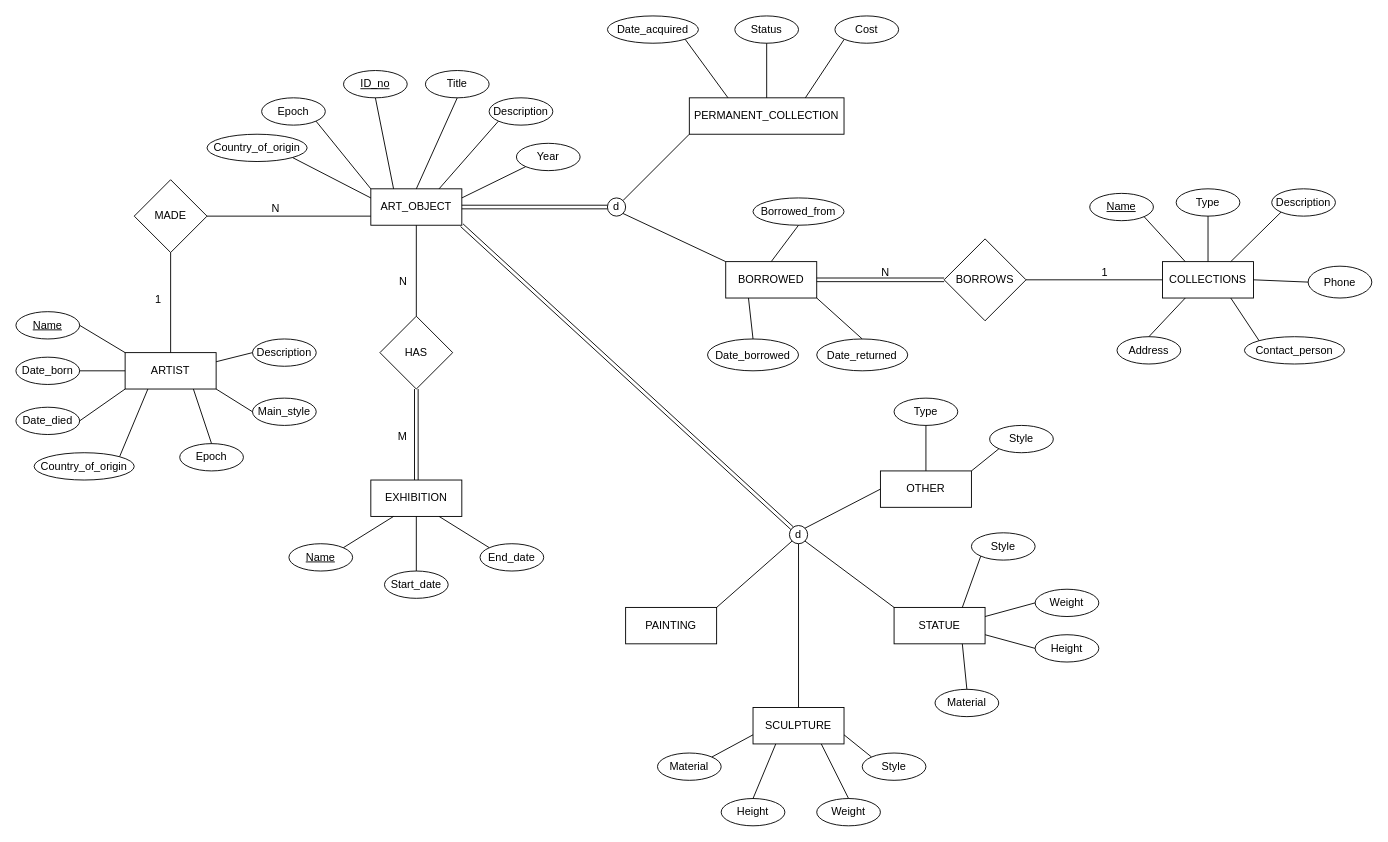
Earlier version of the draw.io diagram Database_Design_Folder/Brandon EER.drawio (Maan-Khedr-ENSF-300/museum-project-wannabyte). Source tidied: cells renumbered, new cells numbered last; positions are measured from the earlier drawing's top-left corner, leaving out a move shared by most shapes. Both pictures are drawn from the tidied source at 91%, with x=0, y=0 at pixel (15, 15).
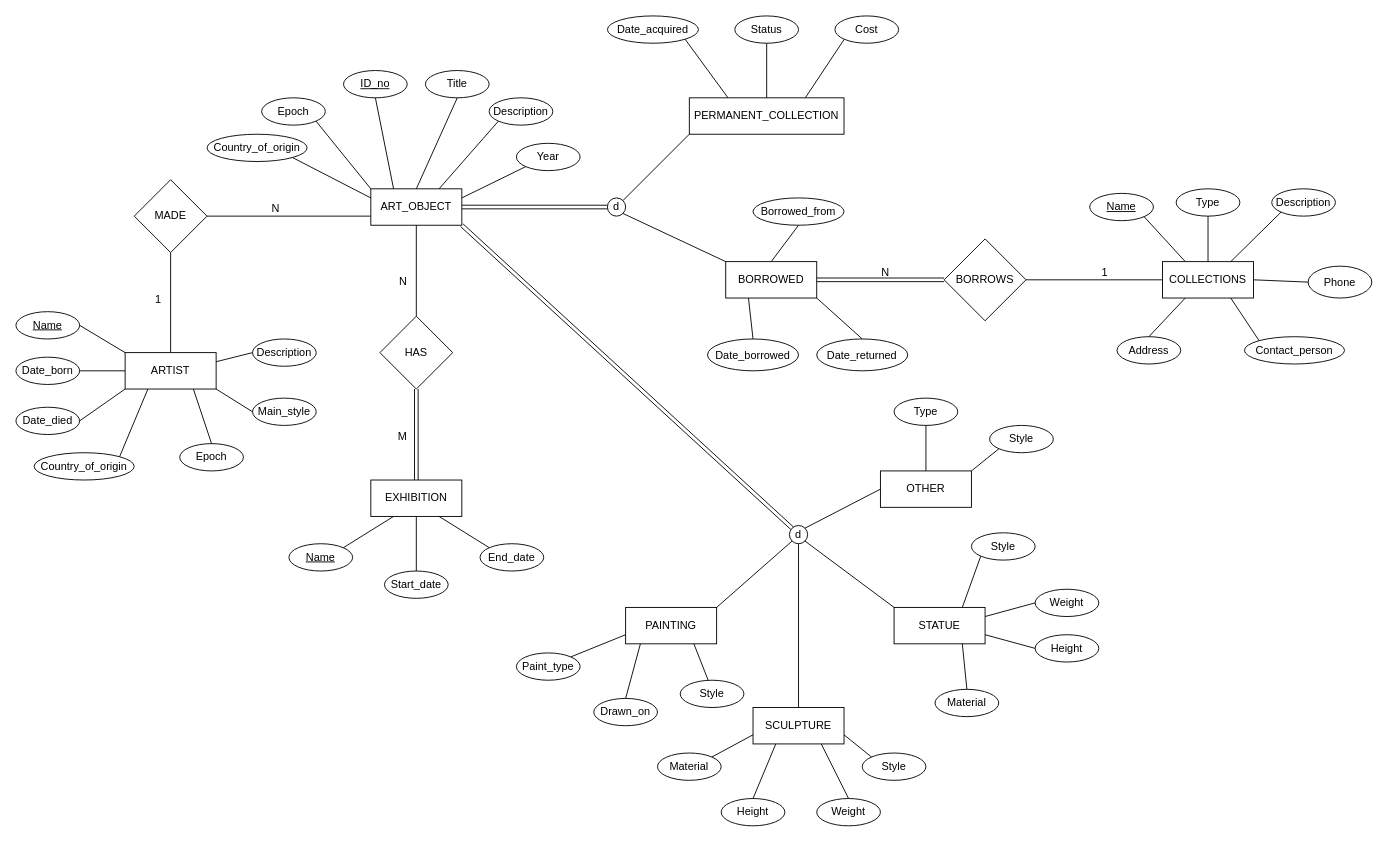
Above is the later version.

Unchanged cells that the change refers to:
```xml
<mxCell id="88" value="PAINTING" style="whiteSpace=wrap;html=1;align=center;" parent="1" vertex="1">
  <mxGeometry x="670" y="650" width="100" height="40" as="geometry" />
</mxCell>
```

Diff of the diagram source:
```diff
@@
+    <mxCell id="113" value="Style" style="ellipse;whiteSpace=wrap;html=1;align=center;" parent="1" vertex="1">
+      <mxGeometry x="730" y="730" width="70" height="30" as="geometry" />
+    </mxCell>
+    <mxCell id="114" value="Drawn_on" style="ellipse;whiteSpace=wrap;html=1;align=center;" parent="1" vertex="1">
+      <mxGeometry x="635" y="750" width="70" height="30" as="geometry" />
+    </mxCell>
+    <mxCell id="115" value="Paint_type" style="ellipse;whiteSpace=wrap;html=1;align=center;" parent="1" vertex="1">
+      <mxGeometry x="550" y="700" width="70" height="30" as="geometry" />
+    </mxCell>
+    <mxCell id="116" style="endArrow=none;html=1;rounded=0;exitX=1;exitY=0;exitDx=0;exitDy=0;entryX=0;entryY=0.75;entryDx=0;entryDy=0;" parent="1" edge="1" source="115" target="88">
+      <mxGeometry relative="1" as="geometry" />
+    </mxCell>
+    <mxCell id="117" style="endArrow=none;html=1;rounded=0;exitX=0.5;exitY=0;exitDx=0;exitDy=0;entryX=0.162;entryY=1.003;entryDx=0;entryDy=0;entryPerimeter=0;" parent="1" edge="1" source="114" target="88">
+      <mxGeometry relative="1" as="geometry" />
+    </mxCell>
+    <mxCell id="118" style="endArrow=none;html=1;rounded=0;exitX=0.439;exitY=0.004;exitDx=0;exitDy=0;entryX=0.75;entryY=1;entryDx=0;entryDy=0;exitPerimeter=0;" parent="1" edge="1" source="113" target="88">
+      <mxGeometry relative="1" as="geometry" />
+    </mxCell>
```
